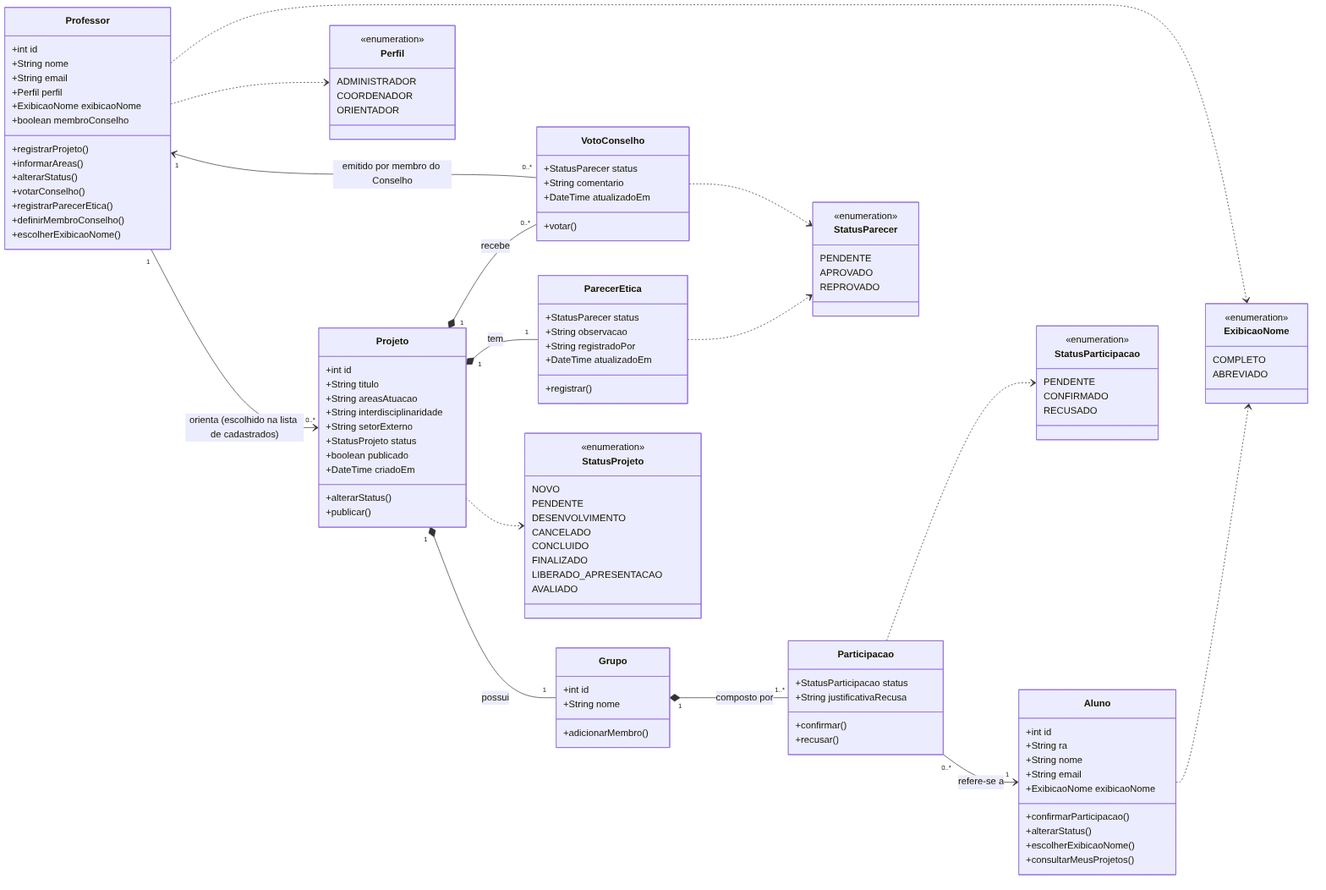
The Mermaid diagram documentos/entidades/diagrama-classes.png in HevertonMarques/desweb_rep, before a commit. Its source is kept beside it as documentos/entidades/diagrama-classes.mmd.
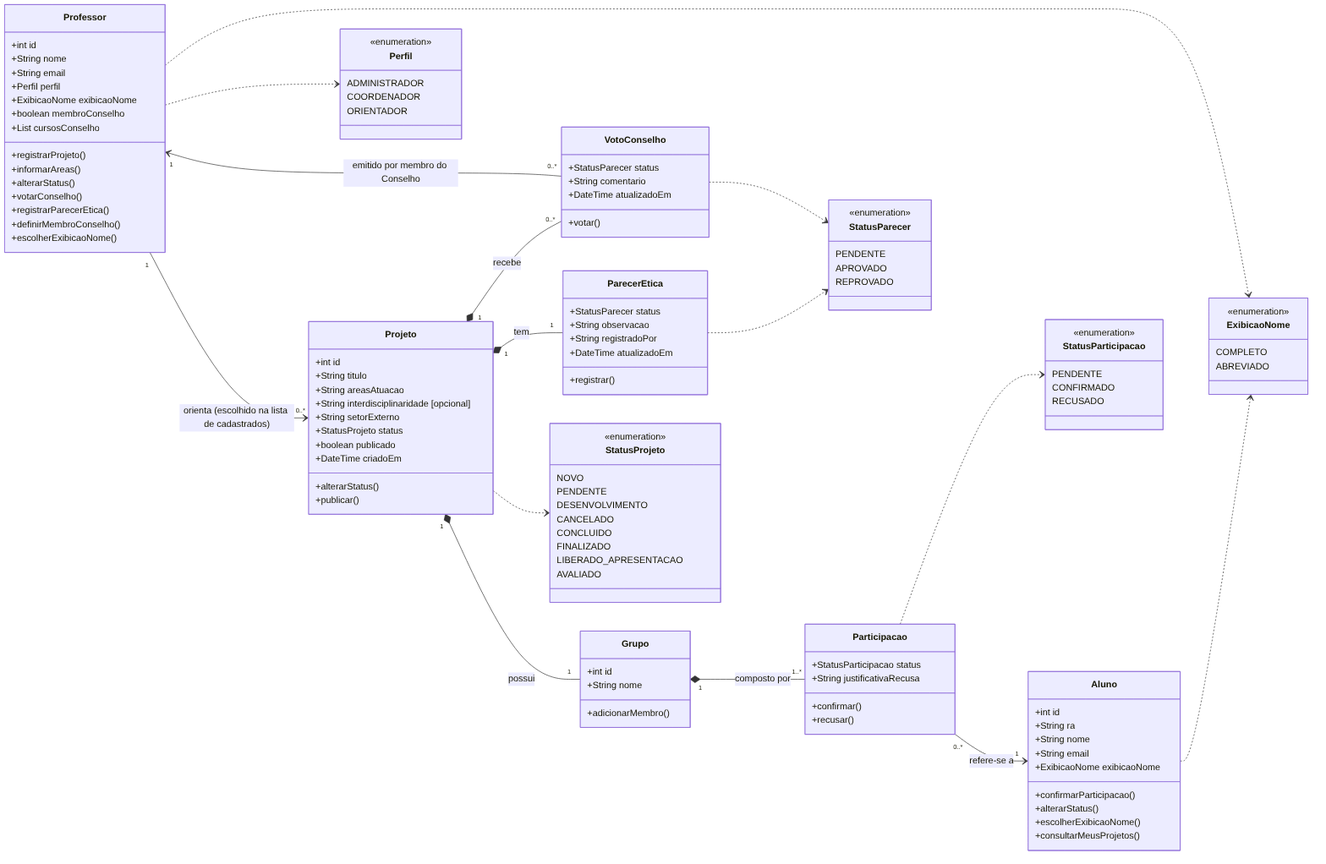
After the change.

The edit, as a diff of the source:
```diff
@@ -7,6 +7,7 @@
     +Perfil perfil
     +ExibicaoNome exibicaoNome
     +boolean membroConselho
+    +List cursosConselho
     +registrarProjeto()
     +informarAreas()
     +alterarStatus()
@@ -30,7 +31,7 @@
     +int id
     +String titulo
     +String areasAtuacao
-    +String interdisciplinaridade
+    +String interdisciplinaridade [opcional]
     +String setorExterno
     +StatusProjeto status
     +boolean publicado
```
